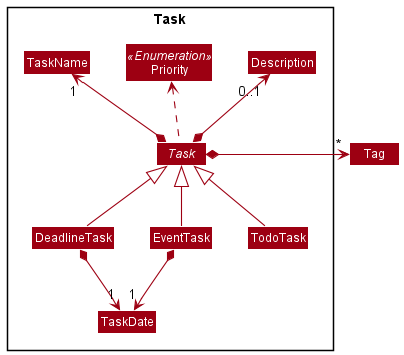
Before: docs/images/TaskClassDiagram.png, a diagram exported from PlantUML (nus-cs2103-AY2122S1/tp).
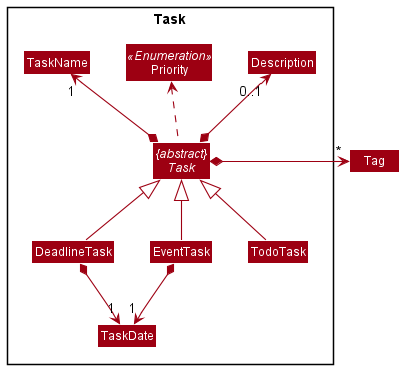
After the change.

Commit message:
Update Task diagram

What changed in the source:
```diff
@@ -5,7 +5,7 @@
 skinparam classBackgroundColor MODEL_COLOR
 
 Package Task <<Rectangle>> {
-abstract Class Task
+abstract Class "{abstract}\nTask" as Task
 Class TaskName
 Class Description
 Class TaskDate
```
